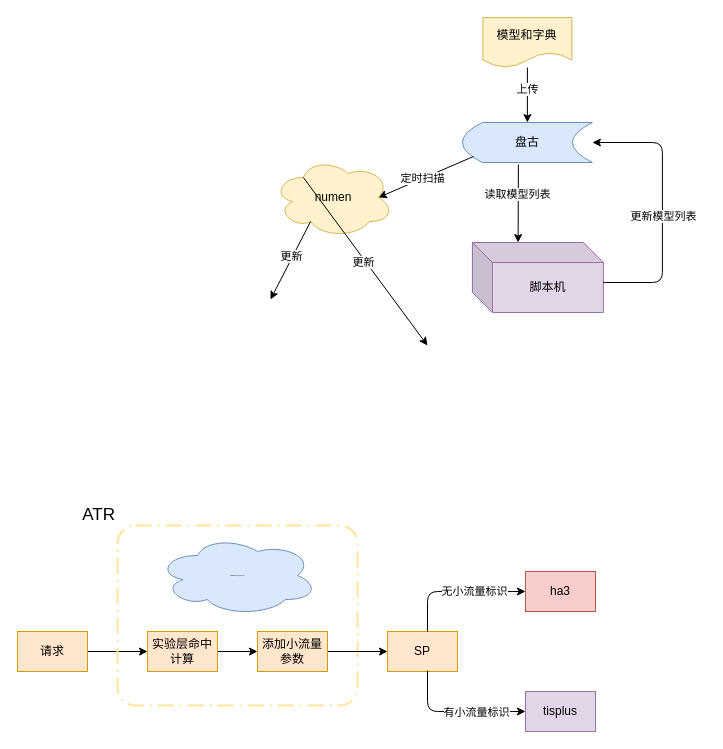
Before: page "Page-1" (1 of 5) of Untitled Diagram.drawio in gtxvs/basic, a draw.io diagram. Source tidied: cells renumbered, new cells numbered last; positions are measured from the earlier drawing's top-left corner, leaving out a move shared by most shapes. Both pictures are drawn from the tidied source at 100%, with x=0, y=0 at pixel (17, 17).
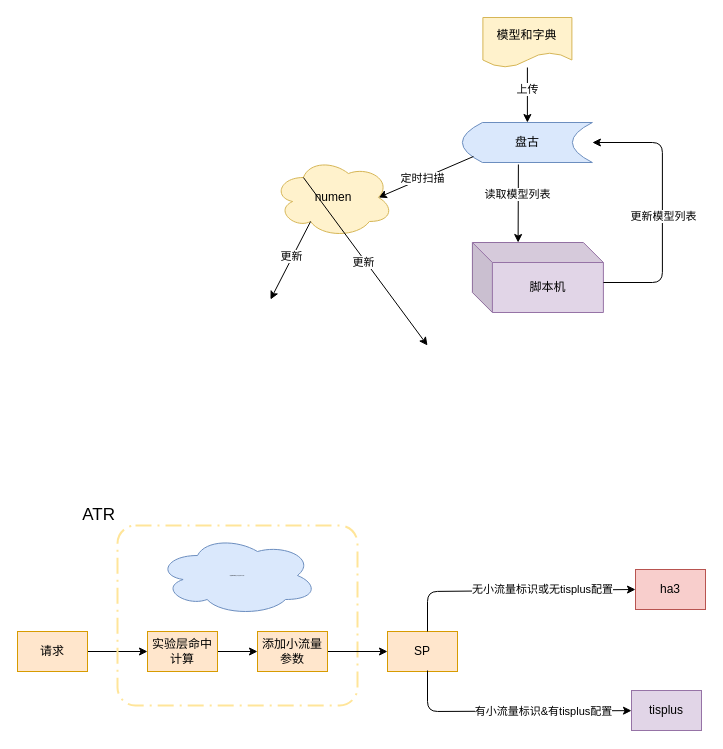
The same page after the edit.

Unchanged cells that the change refers to:
```xml
<mxCell id="5" style="endArrow=classic;html=1;entryX=0;entryY=0.5;entryDx=0;entryDy=0;" parent="1" edge="1" target="3">
  <mxGeometry relative="1" as="geometry">
    <mxPoint x="410" y="614" as="sourcePoint" />
    <Array as="points">
      <mxPoint x="410" y="574" />
    </Array>
  </mxGeometry>
</mxCell>
<mxCell id="7" style="endArrow=classic;html=1;" parent="1" edge="1" target="4">
  <mxGeometry relative="1" as="geometry">
    <mxPoint x="410" y="653" as="sourcePoint" />
    <Array as="points">
      <mxPoint x="410" y="694" />
    </Array>
  </mxGeometry>
</mxCell>
```

What changed in the source:
```diff
@@
     <mxCell id="3" value="ha3" style="rounded=0;whiteSpace=wrap;html=1;fillColor=#f8cecc;strokeColor=#b85450;" parent="1" vertex="1">
-      <mxGeometry x="508" y="554" width="70" height="40" as="geometry" />
+      <mxGeometry x="618" y="552" width="70" height="40" as="geometry" />
     </mxCell>
     <mxCell id="4" value="tisplus" style="rounded=0;whiteSpace=wrap;html=1;fillColor=#e1d5e7;strokeColor=#9673a6;" parent="1" vertex="1">
-      <mxGeometry x="508" y="674" width="70" height="40" as="geometry" />
+      <mxGeometry x="614" y="673" width="70" height="40" as="geometry" />
     </mxCell>
@@
-    <mxCell id="6" value="无小流量标识" style="edgeLabel;html=1;align=center;verticalAlign=middle;" parent="5" vertex="1">
+    <mxCell id="6" value="无小流量标识或无tisplus配置" style="edgeLabel;html=1;align=center;verticalAlign=middle;" parent="5" vertex="1">
       <mxGeometry x="0.25" y="1" relative="1" as="geometry" />
     </mxCell>
@@
-    <mxCell id="8" value="有小流量标识" style="edgeLabel;html=1;align=center;verticalAlign=middle;" parent="7" vertex="1">
+    <mxCell id="8" value="有小流量标识&amp;amp;有tisplus配置" style="edgeLabel;html=1;align=center;verticalAlign=middle;" parent="7" vertex="1">
       <mxGeometry x="0.28" relative="1" as="geometry" />
     </mxCell>
```
